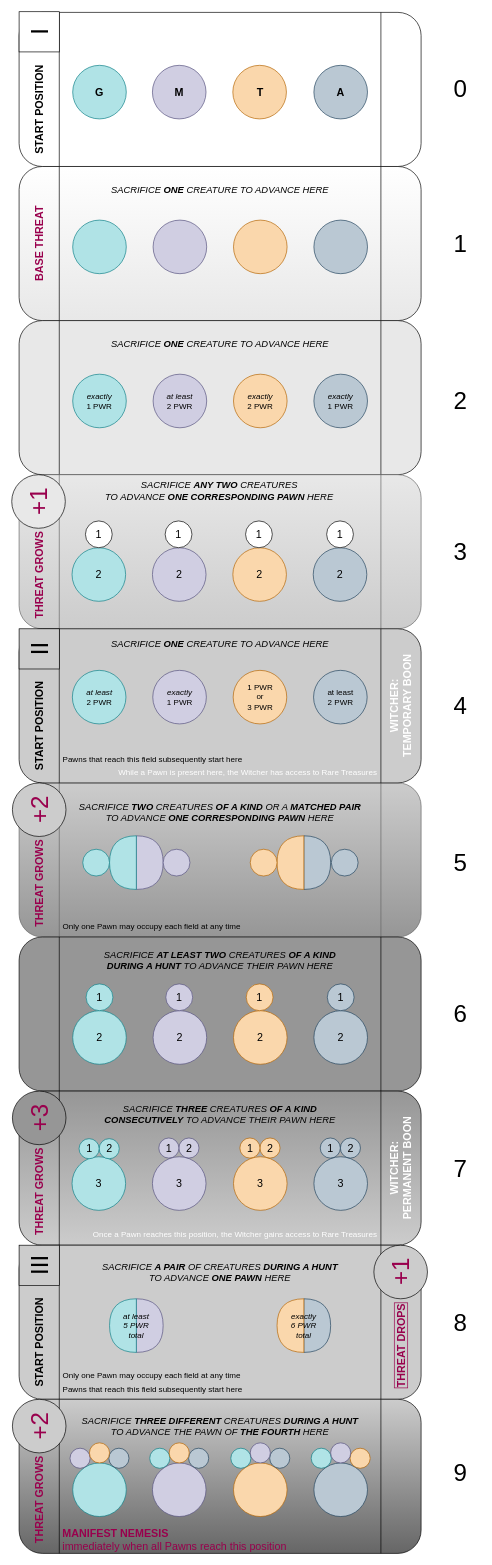
Above: Altar.drawio in eldritch-bender/OPMech (draw.io), before the change. Source tidied: cells renumbered, new cells numbered last; positions are measured from the earlier drawing's top-left corner, leaving out a move shared by most shapes. Both pictures are drawn from the tidied source at 67%, with x=0, y=0 at pixel (11, 11).
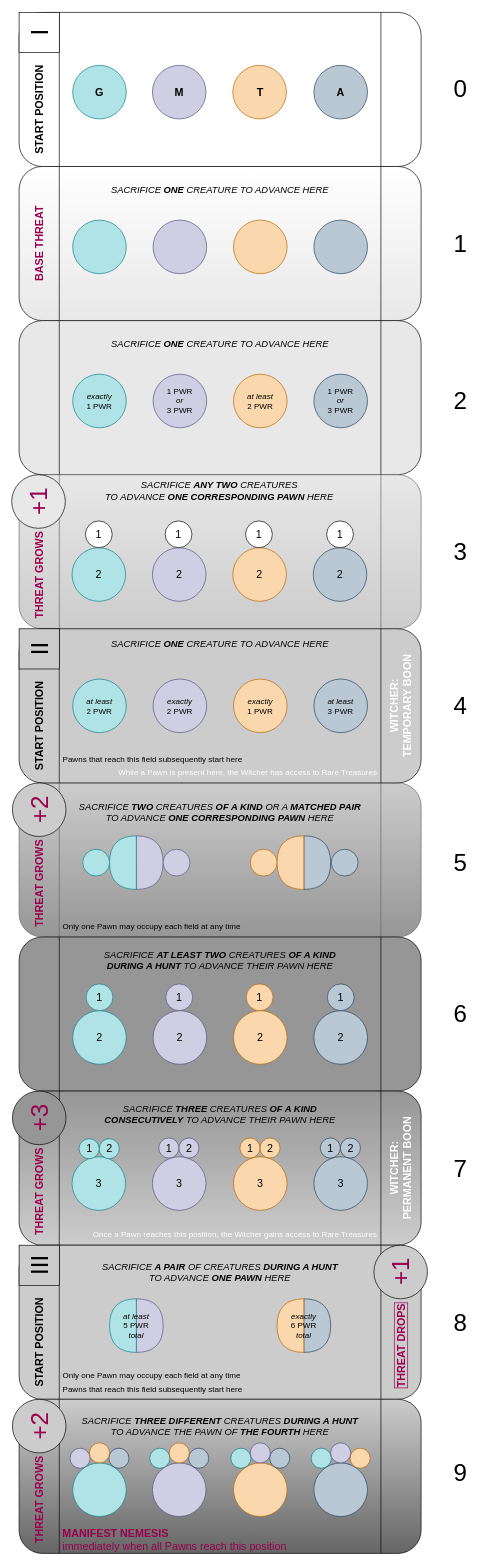
Above is the later version.

Change to the diagram source:
```diff
@@
-    <mxCell id="24" value="&lt;i&gt;at least&lt;/i&gt;&lt;br&gt;2 PWR" style="text;html=1;strokeColor=none;fillColor=none;align=center;verticalAlign=middle;whiteSpace=wrap;rounded=1;" parent="1" vertex="1">
+    <mxCell id="24" value="1 PWR&lt;br&gt;&lt;i&gt;or&lt;/i&gt;&lt;br&gt;3 PWR" style="text;html=1;strokeColor=none;fillColor=none;align=center;verticalAlign=middle;whiteSpace=wrap;rounded=1;" parent="1" vertex="1">
       <mxGeometry x="221" y="566" width="60" height="30" as="geometry" />
     </mxCell>
-    <mxCell id="25" value="&lt;i&gt;exactly&lt;/i&gt;&lt;br&gt;2 PWR" style="text;html=1;strokeColor=none;fillColor=none;align=center;verticalAlign=middle;whiteSpace=wrap;rounded=1;" parent="1" vertex="1">
+    <mxCell id="25" value="&lt;i&gt;at least&lt;/i&gt;&lt;br&gt;2 PWR" style="text;html=1;strokeColor=none;fillColor=none;align=center;verticalAlign=middle;whiteSpace=wrap;rounded=1;" parent="1" vertex="1">
       <mxGeometry x="341" y="566" width="60" height="30" as="geometry" />
     </mxCell>
@@
     <mxCell id="33" style="ellipse;whiteSpace=wrap;html=1;fillColor=#b0e3e6;strokeColor=#0e8088;rounded=1;" parent="1" vertex="1">
-      <mxGeometry x="90.5" y="983" width="80" height="80" as="geometry" />
+      <mxGeometry x="91" y="996" width="80" height="80" as="geometry" />
     </mxCell>
     <mxCell id="34" style="ellipse;whiteSpace=wrap;html=1;fillColor=#d0cee2;strokeColor=#56517e;rounded=1;" parent="1" vertex="1">
-      <mxGeometry x="210.5" y="983" width="80" height="80" as="geometry" />
+      <mxGeometry x="211" y="996" width="80" height="80" as="geometry" />
     </mxCell>
     <mxCell id="35" style="ellipse;whiteSpace=wrap;html=1;fillColor=#bac8d3;strokeColor=#23445d;rounded=1;" parent="1" vertex="1">
-      <mxGeometry x="450.5" y="983" width="80" height="80" as="geometry" />
+      <mxGeometry x="451" y="996" width="80" height="80" as="geometry" />
     </mxCell>
-    <mxCell id="36" value="1 PWR&lt;br&gt;or&lt;br&gt;3 PWR" style="ellipse;whiteSpace=wrap;html=1;fillColor=#fad7ac;strokeColor=#b46504;rounded=1;" parent="1" vertex="1">
-      <mxGeometry x="330.5" y="983" width="80" height="80" as="geometry" />
+    <mxCell id="36" value="&lt;i&gt;exactly&lt;/i&gt;&lt;br&gt;1 PWR" style="ellipse;whiteSpace=wrap;html=1;fillColor=#fad7ac;strokeColor=#b46504;rounded=1;" parent="1" vertex="1">
+      <mxGeometry x="331" y="996" width="80" height="80" as="geometry" />
     </mxCell>
-    <mxCell id="37" value="at least&lt;br&gt;2 PWR" style="text;html=1;strokeColor=none;fillColor=none;align=center;verticalAlign=middle;whiteSpace=wrap;rounded=1;" parent="1" vertex="1">
-      <mxGeometry x="460.5" y="1008" width="60" height="30" as="geometry" />
+    <mxCell id="37" value="&lt;i&gt;at least&lt;/i&gt;&lt;br&gt;3 PWR" style="text;html=1;strokeColor=none;fillColor=none;align=center;verticalAlign=middle;whiteSpace=wrap;rounded=1;" parent="1" vertex="1">
+      <mxGeometry x="461" y="1021" width="60" height="30" as="geometry" />
     </mxCell>
@@
-    <mxCell id="47" value="&lt;i&gt;exactly&lt;/i&gt;&lt;br&gt;1 PWR" style="text;html=1;strokeColor=none;fillColor=none;align=center;verticalAlign=middle;whiteSpace=wrap;rounded=1;" parent="1" vertex="1">
+    <mxCell id="47" value="1 PWR&lt;br&gt;&lt;i&gt;or&lt;/i&gt;&lt;br&gt;3 PWR" style="text;html=1;strokeColor=none;fillColor=none;align=center;verticalAlign=middle;whiteSpace=wrap;rounded=1;" parent="1" vertex="1">
       <mxGeometry x="461" y="566" width="60" height="30" as="geometry" />
     </mxCell>
@@
     <mxCell id="50" value="&lt;i&gt;at least&lt;/i&gt;&lt;br&gt;2 PWR" style="text;html=1;strokeColor=none;fillColor=none;align=center;verticalAlign=middle;whiteSpace=wrap;rounded=1;" parent="1" vertex="1">
-      <mxGeometry x="100.5" y="1008" width="60" height="30" as="geometry" />
+      <mxGeometry x="101" y="1021" width="60" height="30" as="geometry" />
     </mxCell>
@@
-    <mxCell id="52" value="&lt;i&gt;exactly&lt;/i&gt;&lt;br&gt;1 PWR" style="text;html=1;strokeColor=none;fillColor=none;align=center;verticalAlign=middle;whiteSpace=wrap;rounded=1;" parent="1" vertex="1">
-      <mxGeometry x="220.5" y="1008" width="60" height="30" as="geometry" />
+    <mxCell id="52" value="&lt;i&gt;exactly&lt;/i&gt;&lt;br&gt;2 PWR" style="text;html=1;strokeColor=none;fillColor=none;align=center;verticalAlign=middle;whiteSpace=wrap;rounded=1;" parent="1" vertex="1">
+      <mxGeometry x="221" y="1021" width="60" height="30" as="geometry" />
     </mxCell>
@@
     <mxCell id="84" value="&lt;font&gt;I&lt;/font&gt;" style="whiteSpace=wrap;html=1;labelBackgroundColor=none;labelBorderColor=none;fontSize=36;fontColor=#000000;fillColor=#FFFFFF;gradientColor=none;verticalAlign=middle;horizontal=0;" parent="1" vertex="1">
-      <mxGeometry x="11" width="60" height="60" as="geometry" />
+      <mxGeometry x="11" y="1" width="60" height="60" as="geometry" />
     </mxCell>
@@
-    <mxCell id="125" value="&lt;i&gt;at least&lt;br&gt;5 PWR&lt;br&gt;total&lt;br&gt;&lt;/i&gt;" style="text;html=1;strokeColor=none;fillColor=none;align=center;verticalAlign=middle;whiteSpace=wrap;rounded=1;" parent="1" vertex="1">
+    <mxCell id="125" value="&lt;i&gt;at least&lt;/i&gt;&lt;br&gt;5 PWR&lt;br&gt;&lt;i&gt;total&lt;/i&gt;" style="text;html=1;strokeColor=none;fillColor=none;align=center;verticalAlign=middle;whiteSpace=wrap;rounded=1;" parent="1" vertex="1">
       <mxGeometry x="141" y="1921" width="90" height="80" as="geometry" />
     </mxCell>
-    <mxCell id="126" value="&lt;i&gt;exactly&lt;br&gt;6 PWR&lt;br&gt;total&lt;br&gt;&lt;/i&gt;" style="text;html=1;strokeColor=none;fillColor=none;align=center;verticalAlign=middle;whiteSpace=wrap;rounded=1;" parent="1" vertex="1">
+    <mxCell id="126" value="&lt;i&gt;exactly&lt;/i&gt;&lt;br&gt;6 PWR&lt;br&gt;&lt;i&gt;total&lt;/i&gt;" style="text;html=1;strokeColor=none;fillColor=none;align=center;verticalAlign=middle;whiteSpace=wrap;rounded=1;" parent="1" vertex="1">
       <mxGeometry x="391" y="1921" width="90" height="80" as="geometry" />
     </mxCell>
```
